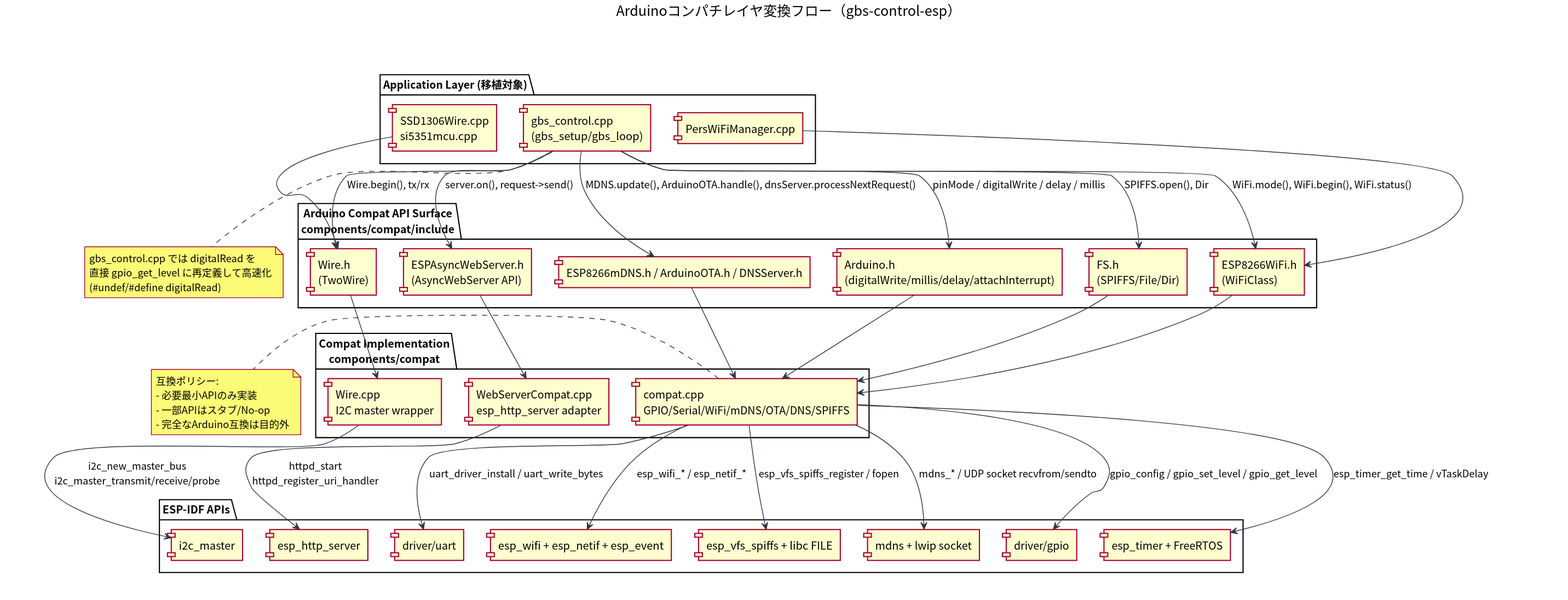
This is docs/uml/arduino_compat_layer.svg from ntsklab/gbs-control, a PlantUML export, as it was before one commit.
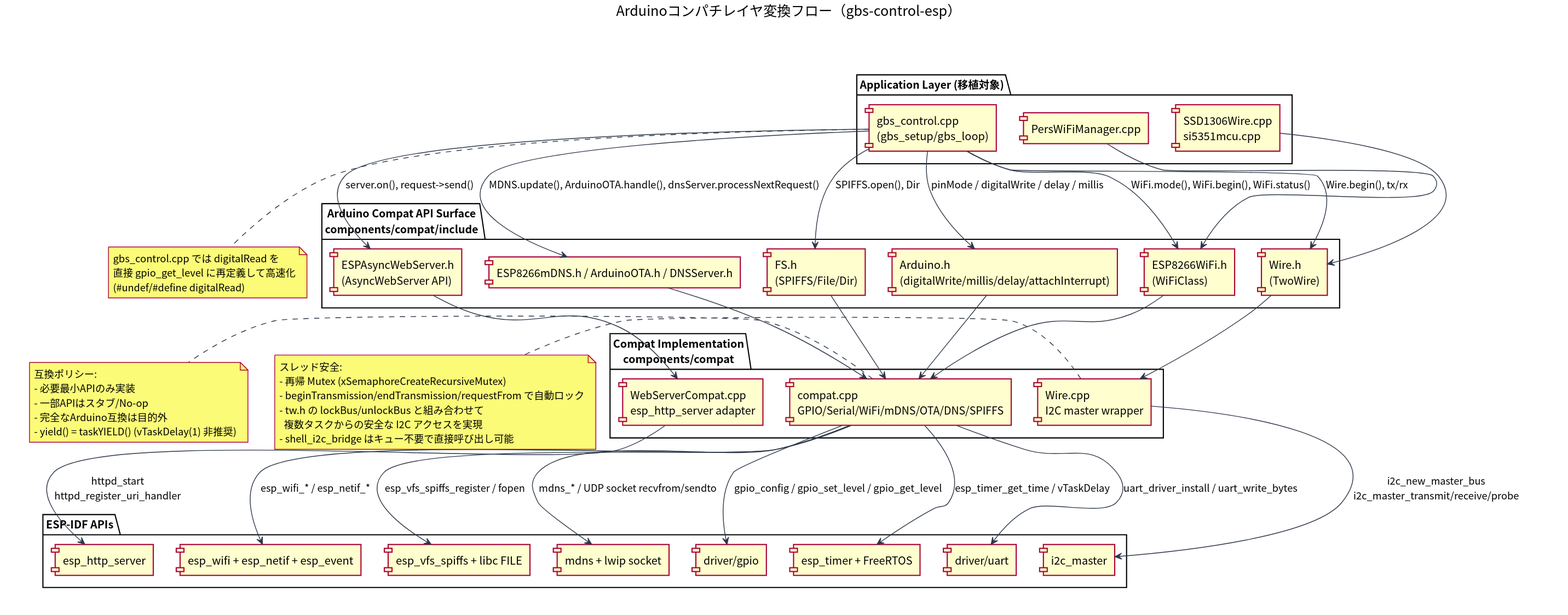
The same file after the commit.

The edit, as a diff of the source:
```diff
@@ -80,6 +80,16 @@
   - 必要最小APIのみ実装
   - 一部APIはスタブ/No-op
   - 完全なArduino互換は目的外
+  - yield() = taskYIELD() (vTaskDelay(1) 非推奨)
+end note
+
+note right of wire_cpp
+  スレッド安全:
+  - 再帰 Mutex (xSemaphoreCreateRecursiveMutex)
+  - beginTransmission/endTransmission/requestFrom で自動ロック
+  - tw.h の lockBus/unlockBus と組み合わせて
+    複数タスクからの安全な I2C アクセスを実現
+  - shell_i2c_bridge はキュー不要で直接呼び出し可能
 end note
 
 note bottom of app
```
